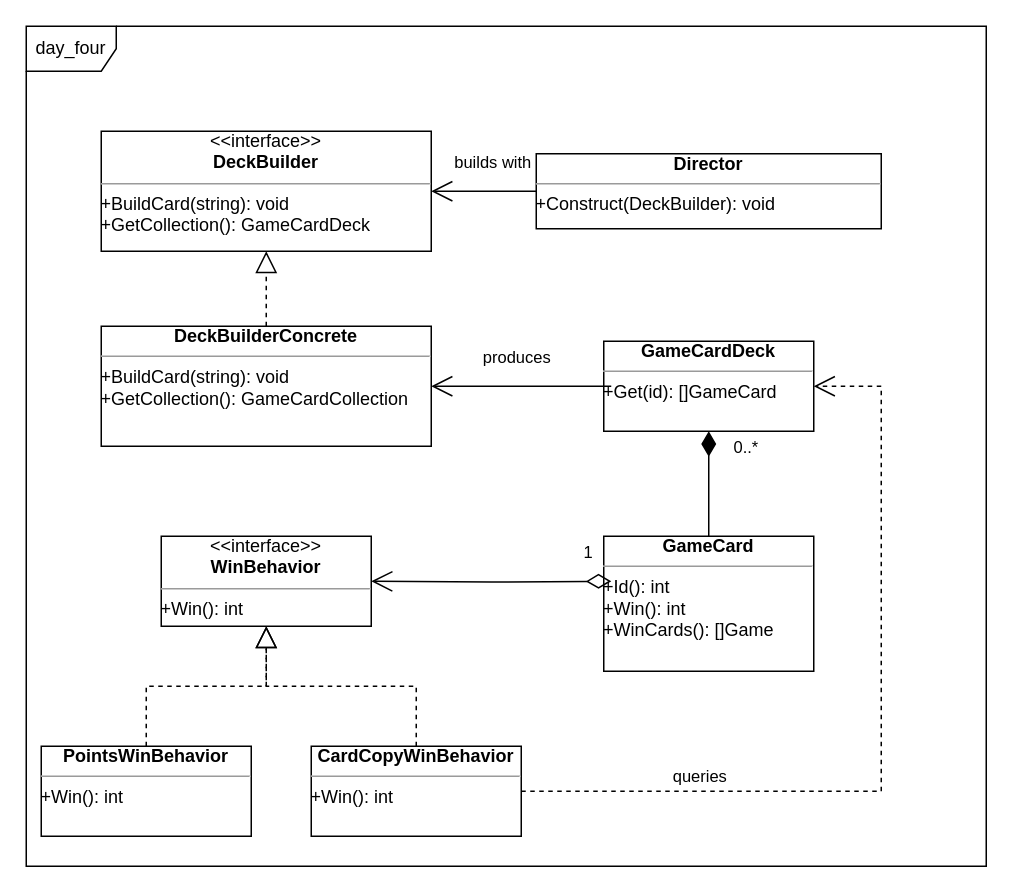
Before: aoc2023/docs/aoc2023_day_four.drawio in dswelbor/adventofcode, a draw.io diagram. Source tidied: cells renumbered, new cells numbered last; positions are measured from the earlier drawing's top-left corner, leaving out a move shared by most shapes. Both pictures are drawn from the tidied source at 150%, with x=0, y=0 at pixel (26, 26).
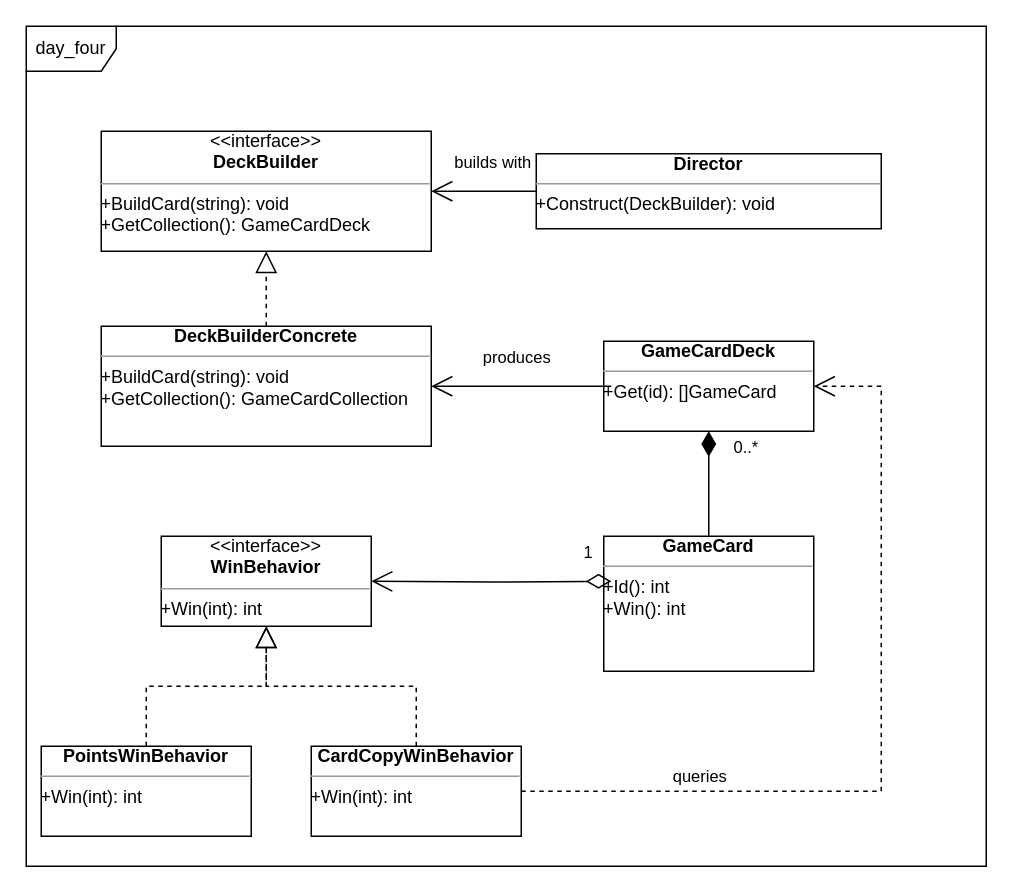
After the change.

Commit message:
Update UML diagram for day four

What changed in the source:
```diff
@@
-    <mxCell id="2" value="&lt;div align=&quot;center&quot;&gt;&lt;b&gt;GameCard&lt;/b&gt;&lt;/div&gt;&lt;hr size=&quot;1&quot;&gt;&lt;div&gt;+Id(): int&lt;br&gt;&lt;/div&gt;&lt;div&gt;+Win(): int&lt;br&gt;&lt;/div&gt;&lt;div&gt;+WinCards(): []Game&lt;br&gt;&lt;/div&gt;&lt;div style=&quot;height:2px;&quot;&gt;&lt;br&gt;&lt;/div&gt;" style="verticalAlign=top;align=left;overflow=fill;fontSize=12;fontFamily=Helvetica;html=1;whiteSpace=wrap;" parent="1" vertex="1">
+    <mxCell id="2" value="&lt;div align=&quot;center&quot;&gt;&lt;b&gt;GameCard&lt;/b&gt;&lt;/div&gt;&lt;hr size=&quot;1&quot;&gt;&lt;div&gt;+Id(): int&lt;br&gt;&lt;/div&gt;&lt;div&gt;+Win(): int&lt;br&gt;&lt;/div&gt;&lt;div style=&quot;height:2px;&quot;&gt;&lt;br&gt;&lt;/div&gt;" style="verticalAlign=top;align=left;overflow=fill;fontSize=12;fontFamily=Helvetica;html=1;whiteSpace=wrap;" parent="1" vertex="1">
       <mxGeometry x="385" y="340" width="140" height="90" as="geometry" />
     </mxCell>
@@
-    <mxCell id="14" value="&lt;div align=&quot;center&quot;&gt;&amp;lt;&amp;lt;interface&amp;gt;&amp;gt;&lt;br&gt;&lt;/div&gt;&lt;div align=&quot;center&quot;&gt;&lt;b&gt;WinBehavior&lt;/b&gt;&lt;/div&gt;&lt;hr size=&quot;1&quot;&gt;&lt;div&gt;+Win(): int&lt;br&gt;&lt;/div&gt;&lt;div style=&quot;height:2px;&quot;&gt;&lt;br&gt;&lt;/div&gt;" style="verticalAlign=top;align=left;overflow=fill;fontSize=12;fontFamily=Helvetica;html=1;whiteSpace=wrap;" parent="1" vertex="1">
+    <mxCell id="14" value="&lt;div align=&quot;center&quot;&gt;&amp;lt;&amp;lt;interface&amp;gt;&amp;gt;&lt;br&gt;&lt;/div&gt;&lt;div align=&quot;center&quot;&gt;&lt;b&gt;WinBehavior&lt;/b&gt;&lt;/div&gt;&lt;hr size=&quot;1&quot;&gt;&lt;div&gt;+Win(int): int&lt;br&gt;&lt;/div&gt;&lt;div style=&quot;height:2px;&quot;&gt;&lt;br&gt;&lt;/div&gt;" style="verticalAlign=top;align=left;overflow=fill;fontSize=12;fontFamily=Helvetica;html=1;whiteSpace=wrap;" parent="1" vertex="1">
       <mxGeometry x="90" y="340" width="140" height="60" as="geometry" />
     </mxCell>
-    <mxCell id="15" value="&lt;div align=&quot;center&quot;&gt;&lt;b&gt;PointsWinBehavior&lt;/b&gt;&lt;/div&gt;&lt;hr size=&quot;1&quot;&gt;&lt;div&gt;+Win(): int&lt;br&gt;&lt;/div&gt;&lt;div style=&quot;height:2px;&quot;&gt;&lt;br&gt;&lt;/div&gt;" style="verticalAlign=top;align=left;overflow=fill;fontSize=12;fontFamily=Helvetica;html=1;whiteSpace=wrap;" parent="1" vertex="1">
+    <mxCell id="15" value="&lt;div align=&quot;center&quot;&gt;&lt;b&gt;PointsWinBehavior&lt;/b&gt;&lt;/div&gt;&lt;hr size=&quot;1&quot;&gt;&lt;div&gt;+Win(int): int&lt;br&gt;&lt;/div&gt;&lt;div style=&quot;height:2px;&quot;&gt;&lt;br&gt;&lt;/div&gt;" style="verticalAlign=top;align=left;overflow=fill;fontSize=12;fontFamily=Helvetica;html=1;whiteSpace=wrap;" parent="1" vertex="1">
       <mxGeometry x="10" y="480" width="140" height="60" as="geometry" />
     </mxCell>
-    <mxCell id="16" value="&lt;div align=&quot;center&quot;&gt;&lt;b&gt;CardCopyWinBehavior&lt;/b&gt;&lt;/div&gt;&lt;hr size=&quot;1&quot;&gt;&lt;div&gt;+Win(): int&lt;br&gt;&lt;/div&gt;&lt;div style=&quot;height:2px;&quot;&gt;&lt;br&gt;&lt;/div&gt;" style="verticalAlign=top;align=left;overflow=fill;fontSize=12;fontFamily=Helvetica;html=1;whiteSpace=wrap;" parent="1" vertex="1">
+    <mxCell id="16" value="&lt;div align=&quot;center&quot;&gt;&lt;b&gt;CardCopyWinBehavior&lt;/b&gt;&lt;/div&gt;&lt;hr size=&quot;1&quot;&gt;&lt;div&gt;+Win(int): int&lt;br&gt;&lt;/div&gt;&lt;div style=&quot;height:2px;&quot;&gt;&lt;br&gt;&lt;/div&gt;" style="verticalAlign=top;align=left;overflow=fill;fontSize=12;fontFamily=Helvetica;html=1;whiteSpace=wrap;" parent="1" vertex="1">
       <mxGeometry x="190" y="480" width="140" height="60" as="geometry" />
     </mxCell>
```
